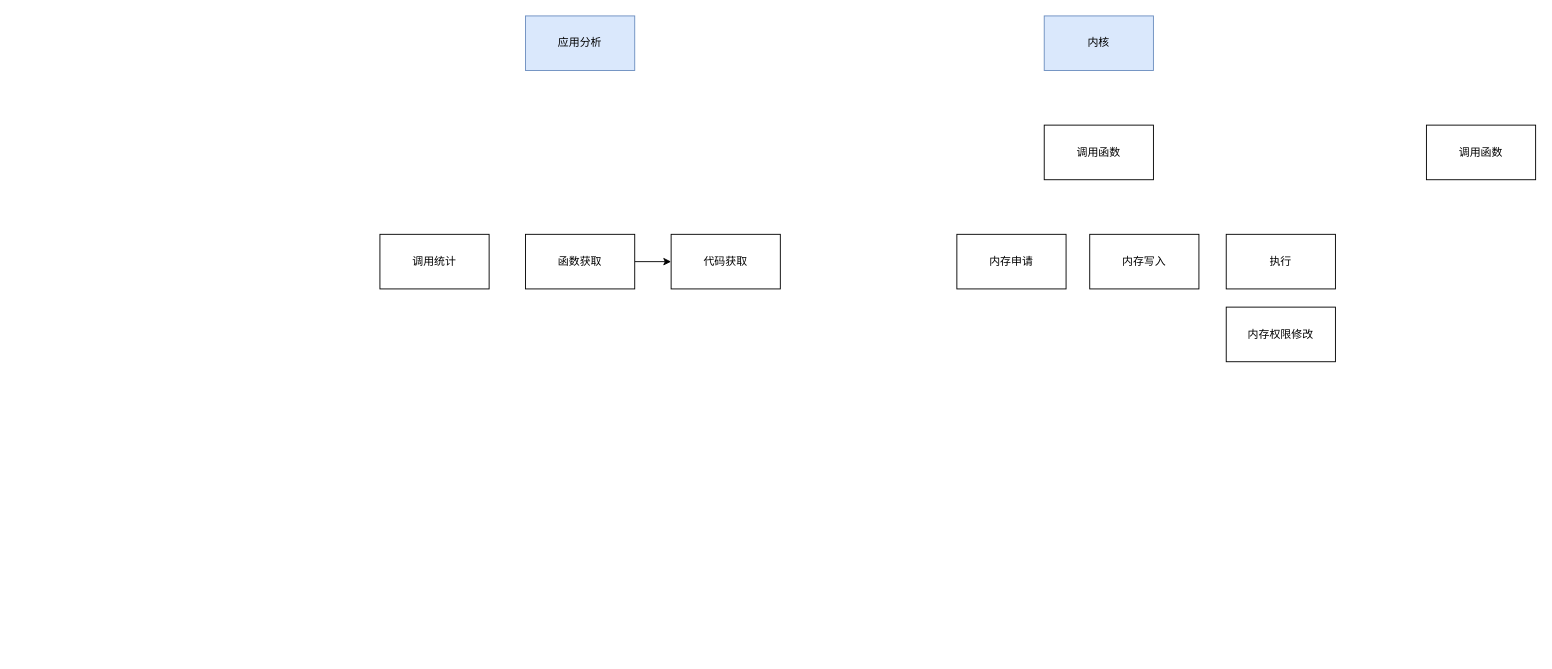
Before: page "第 4 页" (4 of 4) of 未命名绘图.drawio in idbanfan/drawio, a draw.io diagram. Source tidied: cells renumbered, new cells numbered last; positions are measured from the earlier drawing's top-left corner, leaving out a move shared by most shapes. Both pictures are drawn from the tidied source at 91%, with x=0, y=0 at pixel (379, 15).
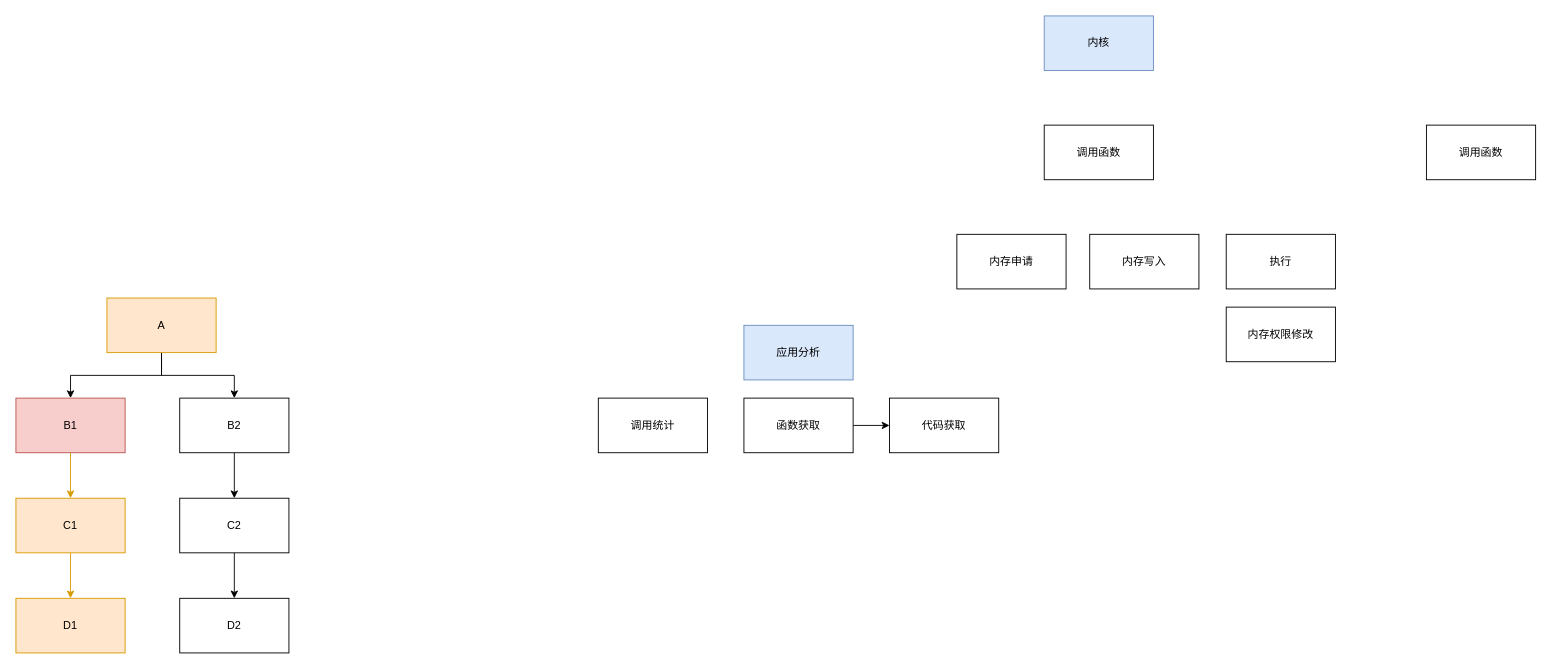
Above is the later version.

Commit message:
更新未命名绘图.drawio

Diff of the diagram source:
```diff
@@
     <mxCell id="9" value="代码获取" style="rounded=0;whiteSpace=wrap;html=1;" parent="1" vertex="1">
-      <mxGeometry x="320" y="240" width="120" height="60" as="geometry" />
+      <mxGeometry x="560" y="420" width="120" height="60" as="geometry" />
     </mxCell>
@@
     <mxCell id="11" value="函数获取" style="rounded=0;whiteSpace=wrap;html=1;" parent="1" vertex="1">
-      <mxGeometry x="160" y="240" width="120" height="60" as="geometry" />
+      <mxGeometry x="400" y="420" width="120" height="60" as="geometry" />
     </mxCell>
     <mxCell id="12" value="调用统计" style="rounded=0;whiteSpace=wrap;html=1;" parent="1" vertex="1">
-      <mxGeometry y="240" width="120" height="60" as="geometry" />
+      <mxGeometry x="240" y="420" width="120" height="60" as="geometry" />
     </mxCell>
     <mxCell id="13" value="应用分析" style="rounded=0;whiteSpace=wrap;html=1;fillColor=#dae8fc;strokeColor=#6c8ebf;" parent="1" vertex="1">
-      <mxGeometry x="160" width="120" height="60" as="geometry" />
+      <mxGeometry x="400" y="340" width="120" height="60" as="geometry" />
     </mxCell>
+    <mxCell id="14" style="edgeStyle=orthogonalEdgeStyle;rounded=0;jettySize=auto;html=1;" parent="1" edge="1" source="16" target="18">
+      <mxGeometry relative="1" as="geometry" />
+    </mxCell>
+    <mxCell id="15" style="edgeStyle=orthogonalEdgeStyle;rounded=0;jettySize=auto;html=1;entryX=0.5;entryY=0;entryDx=0;entryDy=0;" parent="1" edge="1" source="16" target="22">
+      <mxGeometry relative="1" as="geometry" />
+    </mxCell>
+    <mxCell id="16" value="A" style="rounded=0;whiteSpace=wrap;html=1;fillColor=#ffe6cc;strokeColor=#d79b00;" parent="1" vertex="1">
+      <mxGeometry x="-300" y="310" width="120" height="60" as="geometry" />
+    </mxCell>
+    <mxCell id="17" style="edgeStyle=orthogonalEdgeStyle;rounded=0;jettySize=auto;html=1;fillColor=#ffe6cc;strokeColor=#d79b00;" parent="1" edge="1" source="18" target="20">
+      <mxGeometry relative="1" as="geometry" />
+    </mxCell>
+    <mxCell id="18" value="B1" style="rounded=0;whiteSpace=wrap;html=1;fillColor=#f8cecc;strokeColor=#b85450;" parent="1" vertex="1">
+      <mxGeometry x="-400" y="420" width="120" height="60" as="geometry" />
+    </mxCell>
+    <mxCell id="19" style="edgeStyle=orthogonalEdgeStyle;rounded=0;jettySize=auto;html=1;fillColor=#ffe6cc;strokeColor=#d79b00;" parent="1" edge="1" source="20" target="25">
+      <mxGeometry relative="1" as="geometry" />
+    </mxCell>
+    <mxCell id="20" value="C1" style="rounded=0;whiteSpace=wrap;html=1;fillColor=#ffe6cc;strokeColor=#d79b00;" parent="1" vertex="1">
+      <mxGeometry x="-400" y="530" width="120" height="60" as="geometry" />
+    </mxCell>
+    <mxCell id="21" style="edgeStyle=orthogonalEdgeStyle;rounded=0;jettySize=auto;html=1;" parent="1" edge="1" source="22" target="24">
+      <mxGeometry relative="1" as="geometry" />
+    </mxCell>
+    <mxCell id="22" value="B2" style="rounded=0;whiteSpace=wrap;html=1;" parent="1" vertex="1">
+      <mxGeometry x="-220" y="420" width="120" height="60" as="geometry" />
+    </mxCell>
+    <mxCell id="23" style="edgeStyle=orthogonalEdgeStyle;rounded=0;jettySize=auto;html=1;" parent="1" edge="1" source="24" target="26">
+      <mxGeometry relative="1" as="geometry" />
+    </mxCell>
+    <mxCell id="24" value="C2" style="rounded=0;whiteSpace=wrap;html=1;" parent="1" vertex="1">
+      <mxGeometry x="-220" y="530" width="120" height="60" as="geometry" />
+    </mxCell>
+    <mxCell id="25" value="D1" style="rounded=0;whiteSpace=wrap;html=1;fillColor=#ffe6cc;strokeColor=#d79b00;" parent="1" vertex="1">
+      <mxGeometry x="-400" y="640" width="120" height="60" as="geometry" />
+    </mxCell>
+    <mxCell id="26" value="D2" style="rounded=0;whiteSpace=wrap;html=1;" parent="1" vertex="1">
+      <mxGeometry x="-220" y="640" width="120" height="60" as="geometry" />
+    </mxCell>
```
